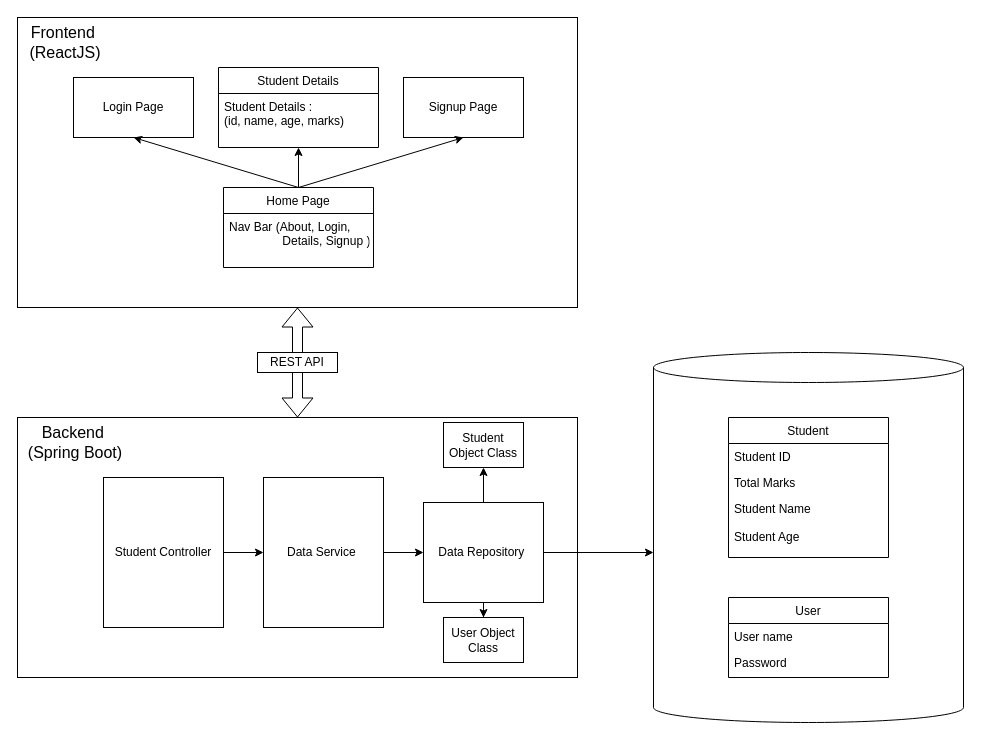
yuneshwaran/StudentManagement keeps this draw.io diagram as ProjectFlow.drawio. Above is the earlier version. Source tidied: cells renumbered, new cells numbered last; positions are measured from the earlier drawing's top-left corner, leaving out a move shared by most shapes. Both pictures are drawn from the tidied source at 100%, with x=0, y=0 at pixel (17, 17).
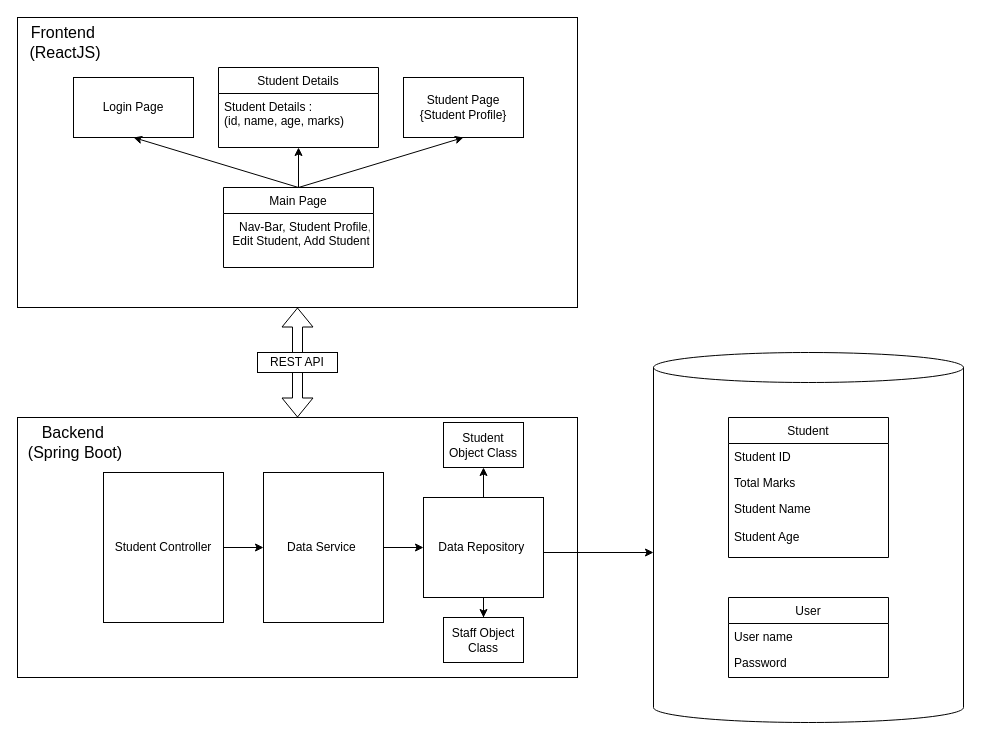
After the change.

Diff of the diagram source:
```diff
@@
-    <mxCell id="9" value="Home Page" style="swimlane;fontStyle=0;align=center;verticalAlign=top;horizontal=1;startSize=26;rounded=0;shadow=0;strokeWidth=1;" parent="1" vertex="1">
+    <mxCell id="9" value="Main Page" style="swimlane;fontStyle=0;align=center;verticalAlign=top;horizontal=1;startSize=26;rounded=0;shadow=0;strokeWidth=1;" parent="1" vertex="1">
       <mxGeometry x="206" y="170" width="150" height="80" as="geometry" />
     </mxCell>
-    <mxCell id="10" value="Nav Bar (About, Login, &#10;                Details, Signup )" style="text;align=left;verticalAlign=top;spacingLeft=4;spacingRight=4;overflow=hidden;" parent="9" vertex="1">
+    <mxCell id="10" value="   Nav-Bar, Student Profile,&#10; Edit Student, Add Student" style="text;align=left;verticalAlign=top;spacingLeft=4;spacingRight=4;overflow=hidden;" parent="9" vertex="1">
       <mxGeometry y="26" width="150" height="54" as="geometry" />
     </mxCell>
@@
-    <mxCell id="12" value="Signup Page" style="rounded=0;whiteSpace=wrap;html=1;" parent="1" vertex="1">
+    <mxCell id="12" value="Student Page&lt;div&gt;{Student Profile}&lt;/div&gt;" style="rounded=0;whiteSpace=wrap;html=1;" parent="1" vertex="1">
       <mxGeometry x="386" y="60" width="120" height="60" as="geometry" />
     </mxCell>
@@
     <mxCell id="23" value="Data Service&amp;nbsp;" style="rounded=0;whiteSpace=wrap;html=1;" parent="1" vertex="1">
-      <mxGeometry x="246" y="460" width="120" height="150" as="geometry" />
+      <mxGeometry x="246" y="455" width="120" height="150" as="geometry" />
     </mxCell>
@@
     <mxCell id="26" value="Data Repository&amp;nbsp;" style="rounded=0;whiteSpace=wrap;html=1;" parent="1" vertex="1">
-      <mxGeometry x="406" y="485" width="120" height="100" as="geometry" />
+      <mxGeometry x="406" y="480" width="120" height="100" as="geometry" />
     </mxCell>
@@
     <mxCell id="28" value="Student Controller" style="rounded=0;whiteSpace=wrap;html=1;" parent="1" vertex="1">
-      <mxGeometry x="86" y="460" width="120" height="150" as="geometry" />
+      <mxGeometry x="86" y="455" width="120" height="150" as="geometry" />
     </mxCell>
@@
-    <mxCell id="32" value="User Object Class" style="rounded=0;whiteSpace=wrap;html=1;" parent="1" vertex="1">
+    <mxCell id="32" value="Staff Object Class" style="rounded=0;whiteSpace=wrap;html=1;" parent="1" vertex="1">
       <mxGeometry x="426" y="600" width="80" height="45" as="geometry" />
     </mxCell>
```
